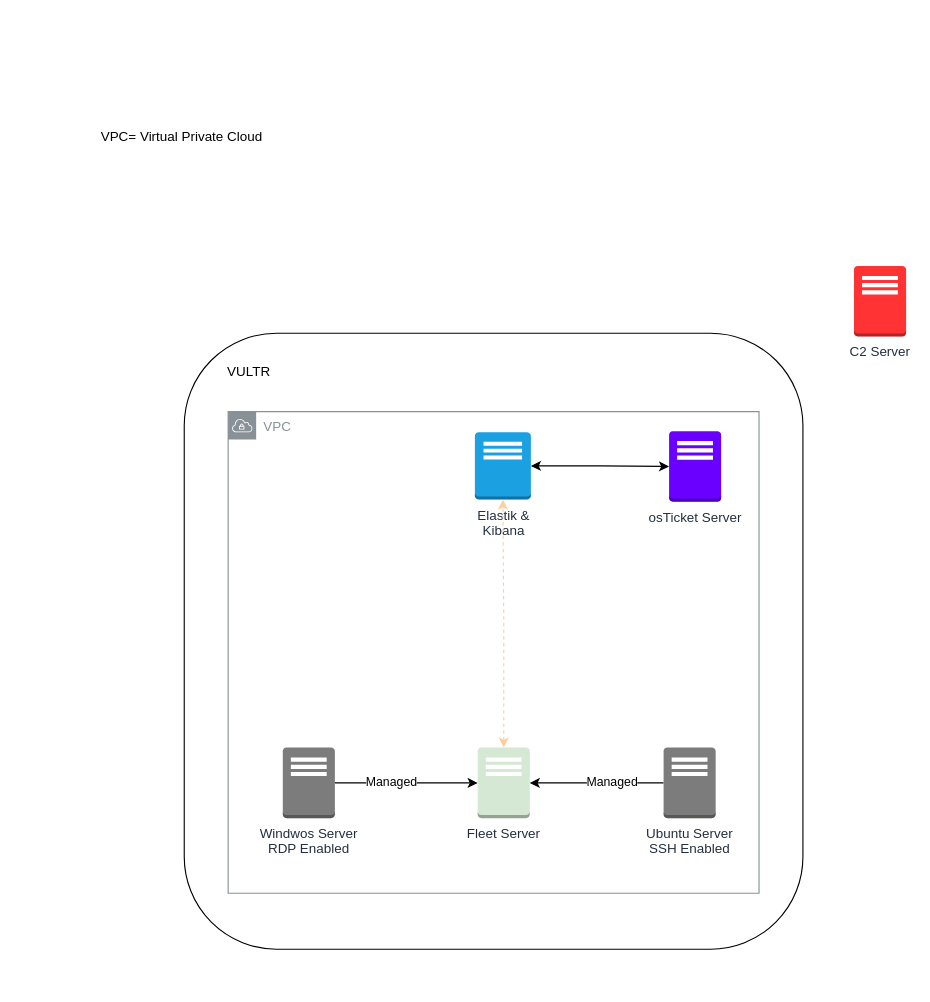
The draw.io diagram 30Day-MyDFIR-Diagram.drawio in Fox-Anywhere/30-days-SOC-Project, before the edit. Source tidied: cells renumbered, new cells numbered last; positions are measured from the earlier drawing's top-left corner, leaving out a move shared by most shapes. Both pictures are drawn from the tidied source at 112%, with x=0, y=0 at pixel (58, 120).
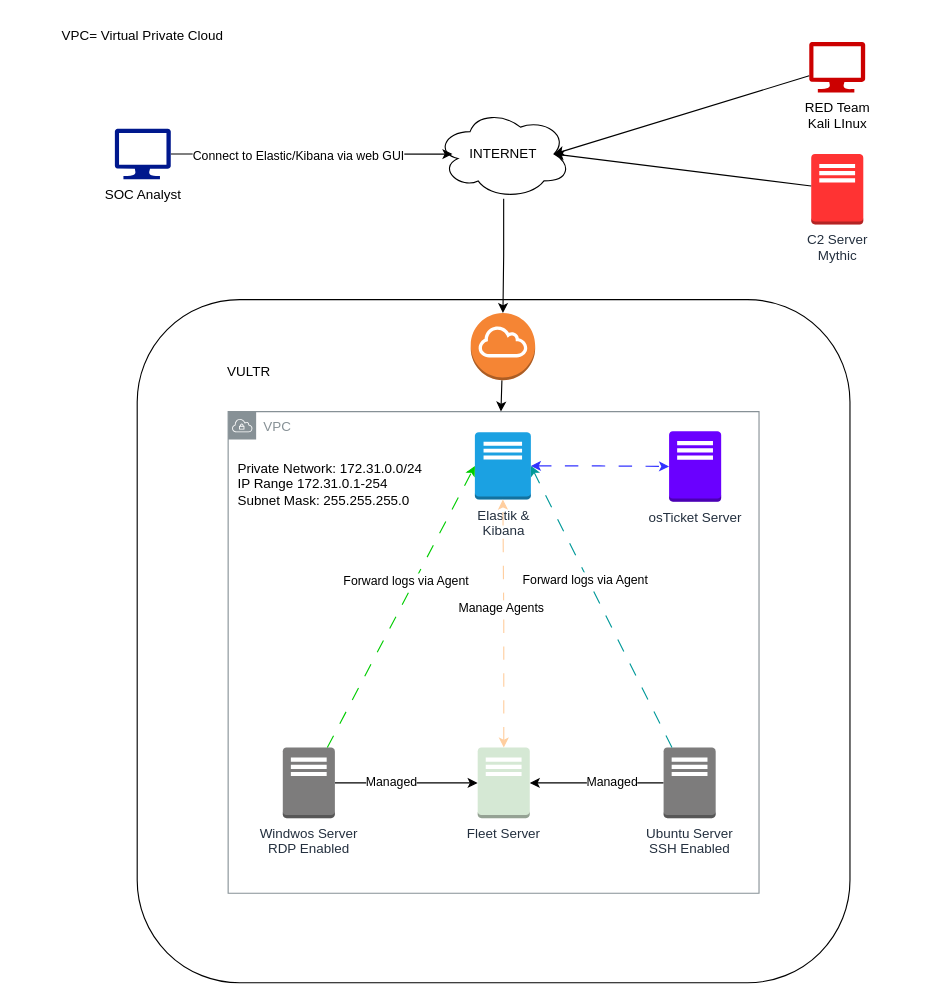
The same diagram, later.

The change refers to these unchanged cells:
```xml
<mxCell id="3" value="VPC" style="sketch=0;outlineConnect=0;gradientColor=none;html=1;whiteSpace=wrap;fontSize=12;fontStyle=0;shape=mxgraph.aws4.group;grIcon=mxgraph.aws4.group_vpc;strokeColor=#879196;fillColor=none;verticalAlign=top;align=left;spacingLeft=30;fontColor=#879196;dashed=0;" parent="1" vertex="1">
  <mxGeometry x="151.2" y="260" width="474" height="430" as="geometry" />
</mxCell>
<mxCell id="6" value="&lt;span style=&quot;color: rgb(35, 47, 62);&quot;&gt;Elastik &amp;amp;&lt;/span&gt;&lt;div style=&quot;color: rgb(35, 47, 62);&quot;&gt;Kibana&lt;/div&gt;" style="outlineConnect=0;dashed=0;verticalLabelPosition=bottom;verticalAlign=top;align=center;html=1;shape=mxgraph.aws3.traditional_server;fillColor=#1ba1e2;strokeColor=#006EAF;fontColor=#ffffff;" parent="1" vertex="1">
  <mxGeometry x="371.5" y="278.5" width="50" height="60" as="geometry" />
</mxCell>
<mxCell id="9" value="&lt;span style=&quot;color: rgb(35, 47, 62);&quot;&gt;Windwos Server&lt;/span&gt;&lt;div style=&quot;color: rgb(35, 47, 62);&quot;&gt;RDP Enabled&lt;/div&gt;" style="outlineConnect=0;dashed=0;verticalLabelPosition=bottom;verticalAlign=top;align=center;html=1;shape=mxgraph.aws3.traditional_server;fillColor=#7D7C7C;gradientColor=none;" parent="1" vertex="1">
  <mxGeometry x="200" y="560" width="46.5" height="63" as="geometry" />
</mxCell>
<mxCell id="12" value="&lt;span style=&quot;color: rgb(35, 47, 62);&quot;&gt;Ubuntu Server&lt;/span&gt;&lt;div style=&quot;color: rgb(35, 47, 62);&quot;&gt;SSH Enabled&lt;/div&gt;" style="outlineConnect=0;dashed=0;verticalLabelPosition=bottom;verticalAlign=top;align=center;html=1;shape=mxgraph.aws3.traditional_server;fillColor=#7D7C7C;gradientColor=none;" parent="1" vertex="1">
  <mxGeometry x="540" y="560" width="46.5" height="63" as="geometry" />
</mxCell>
<mxCell id="14" value="&lt;span style=&quot;color: rgb(35, 47, 62);&quot;&gt;Fleet Server&lt;/span&gt;" style="outlineConnect=0;dashed=0;verticalLabelPosition=bottom;verticalAlign=top;align=center;html=1;shape=mxgraph.aws3.traditional_server;fillColor=#d5e8d4;strokeColor=#82b366;" parent="1" vertex="1">
  <mxGeometry x="374" y="560" width="46.5" height="63" as="geometry" />
</mxCell>
<mxCell id="15" value="&lt;span style=&quot;color: rgb(35, 47, 62);&quot;&gt;osTicket Server&lt;/span&gt;" style="outlineConnect=0;dashed=0;verticalLabelPosition=bottom;verticalAlign=top;align=center;html=1;shape=mxgraph.aws3.traditional_server;fillColor=#6a00ff;strokeColor=#3700CC;fontColor=#ffffff;" parent="1" vertex="1">
  <mxGeometry x="544.9" y="277.5" width="46.5" height="63" as="geometry" />
</mxCell>
```

Diff of the diagram source:
```diff
@@
     <mxCell id="2" style="rounded=1;whiteSpace=wrap;html=1;" parent="1" vertex="1">
-      <mxGeometry x="112" y="190" width="552.4" height="550" as="geometry" />
+      <mxGeometry x="70" y="160" width="636.4" height="610" as="geometry" />
     </mxCell>
@@
-    <mxCell id="5" style="edgeStyle=orthogonalEdgeStyle;rounded=0;jettySize=auto;html=1;startArrow=classic;startFill=1;" parent="1" edge="1" source="6" target="15">
+    <mxCell id="5" style="edgeStyle=orthogonalEdgeStyle;rounded=0;jettySize=auto;html=1;startArrow=classic;startFill=1;fillColor=#f8cecc;strokeColor=#3333FF;dashed=1;dashPattern=12 12;" parent="1" edge="1" source="6" target="15">
       <mxGeometry relative="1" as="geometry" />
     </mxCell>
@@
-    <mxCell id="13" style="edgeStyle=orthogonalEdgeStyle;rounded=0;jettySize=auto;html=1;startArrow=classic;startFill=1;strokeColor=#FFCE9F;dashed=1;" parent="1" edge="1" source="14" target="6">
+    <mxCell id="13" style="edgeStyle=orthogonalEdgeStyle;rounded=0;jettySize=auto;html=1;startArrow=classic;startFill=1;strokeColor=#FFCE9F;dashed=1;dashPattern=12 12;" parent="1" edge="1" source="14" target="6">
       <mxGeometry relative="1" as="geometry" />
     </mxCell>
+    <mxCell id="18" value="Manage Agents" style="edgeLabel;html=1;align=center;verticalAlign=middle;" parent="13" vertex="1">
+      <mxGeometry x="0.13" y="2" relative="1" as="geometry" />
+    </mxCell>
@@
-    <mxCell id="16" value="&lt;span style=&quot;color: rgb(35, 47, 62);&quot;&gt;C2 Server&lt;/span&gt;" style="outlineConnect=0;dashed=0;verticalLabelPosition=bottom;verticalAlign=top;align=center;html=1;shape=mxgraph.aws3.traditional_server;fillColor=#FF3333;gradientColor=none;" parent="1" vertex="1">
-      <mxGeometry x="710" y="130" width="46.5" height="63" as="geometry" />
+    <mxCell id="16" value="&lt;span style=&quot;color: rgb(35, 47, 62);&quot;&gt;C2 Server&lt;/span&gt;&lt;div&gt;&lt;span style=&quot;color: rgb(35, 47, 62);&quot;&gt;Mythic&lt;/span&gt;&lt;/div&gt;" style="outlineConnect=0;dashed=0;verticalLabelPosition=bottom;verticalAlign=top;align=center;html=1;shape=mxgraph.aws3.traditional_server;fillColor=#FF3333;gradientColor=none;" parent="1" vertex="1">
+      <mxGeometry x="671.8" y="30" width="46.5" height="63" as="geometry" />
     </mxCell>
     <mxCell id="17" value="VPC= Virtual Private Cloud" style="text;html=1;align=center;verticalAlign=middle;whiteSpace=wrap;rounded=0;labelPosition=center;verticalLabelPosition=middle;" parent="1" vertex="1">
-      <mxGeometry width="220" height="30" as="geometry" />
+      <mxGeometry x="-35" y="-90" width="220" height="30" as="geometry" />
     </mxCell>
+    <mxCell id="19" style="rounded=0;jettySize=auto;html=1;entryX=0;entryY=0.5;entryDx=0;entryDy=0;entryPerimeter=0;strokeColor=#00CC00;dashed=1;dashPattern=12 12;" parent="1" edge="1" source="9" target="6">
+      <mxGeometry relative="1" as="geometry" />
+    </mxCell>
+    <mxCell id="20" value="Forward logs via Agent" style="edgeLabel;html=1;align=center;verticalAlign=middle;" parent="19" vertex="1">
+      <mxGeometry x="0.06" y="1" relative="1" as="geometry">
+        <mxPoint x="1" y="-16" as="offset" />
+      </mxGeometry>
+    </mxCell>
+    <mxCell id="21" style="rounded=0;jettySize=auto;html=1;entryX=1;entryY=0.5;entryDx=0;entryDy=0;entryPerimeter=0;strokeColor=#009999;dashed=1;dashPattern=12 12;" parent="1" edge="1" source="12" target="6">
+      <mxGeometry relative="1" as="geometry" />
+    </mxCell>
+    <mxCell id="22" value="Forward logs via Agent" style="edgeLabel;html=1;align=center;verticalAlign=middle;" parent="21" vertex="1">
+      <mxGeometry x="0.06" relative="1" as="geometry">
+        <mxPoint x="-11" y="-17" as="offset" />
+      </mxGeometry>
+    </mxCell>
+    <mxCell id="23" value="Private Network: 172.31.0.0/24&lt;div&gt;IP Range 172.31.0.1-254&lt;/div&gt;&lt;div style=&quot;&quot;&gt;Subnet Mask: 255.255.255.0&lt;/div&gt;" style="text;html=1;align=left;verticalAlign=middle;whiteSpace=wrap;rounded=0;" parent="1" vertex="1">
+      <mxGeometry x="158" y="310" width="213.5" height="30" as="geometry" />
+    </mxCell>
+    <mxCell id="24" style="rounded=0;jettySize=auto;html=1;" parent="1" edge="1" source="25" target="3">
+      <mxGeometry relative="1" as="geometry" />
+    </mxCell>
+    <mxCell id="25" style="outlineConnect=0;dashed=0;verticalLabelPosition=bottom;verticalAlign=top;align=center;html=1;shape=mxgraph.aws3.internet_gateway;fillColor=#F58534;gradientColor=none;" parent="1" vertex="1">
+      <mxGeometry x="367.8" y="172" width="57.5" height="60" as="geometry" />
+    </mxCell>
+    <mxCell id="26" value="INTERNET" style="ellipse;shape=cloud;whiteSpace=wrap;html=1;" parent="1" vertex="1">
+      <mxGeometry x="337.2" y="-10" width="120" height="80" as="geometry" />
+    </mxCell>
+    <mxCell id="27" style="edgeStyle=orthogonalEdgeStyle;rounded=0;jettySize=auto;html=1;entryX=0.5;entryY=0;entryDx=0;entryDy=0;entryPerimeter=0;" parent="1" edge="1" source="26" target="25">
+      <mxGeometry relative="1" as="geometry" />
+    </mxCell>
+    <mxCell id="28" style="edgeStyle=orthogonalEdgeStyle;rounded=0;jettySize=auto;html=1;entryX=0.119;entryY=0.501;entryDx=0;entryDy=0;entryPerimeter=0;" parent="1" edge="1" source="30" target="26">
+      <mxGeometry relative="1" as="geometry" />
+    </mxCell>
+    <mxCell id="29" value="Connect to Elastic/Kibana via web GUI" style="edgeLabel;html=1;align=center;verticalAlign=middle;" parent="28" vertex="1">
+      <mxGeometry x="-0.1" y="-1" relative="1" as="geometry" />
+    </mxCell>
+    <mxCell id="30" value="SOC Analyst" style="sketch=0;shadow=0;dashed=0;html=1;strokeColor=none;labelPosition=center;verticalLabelPosition=bottom;verticalAlign=top;align=center;fillColor=#00188D;shape=mxgraph.azure.computer;" parent="1" vertex="1">
+      <mxGeometry x="50" y="7.5" width="50" height="45" as="geometry" />
+    </mxCell>
+    <mxCell id="31" value="RED Team&lt;div&gt;Kali LInux&lt;/div&gt;" style="sketch=0;shadow=0;dashed=0;html=1;strokeColor=none;labelPosition=center;verticalLabelPosition=bottom;verticalAlign=top;align=center;fillColor=#CC0000;shape=mxgraph.azure.computer;" parent="1" vertex="1">
+      <mxGeometry x="670" y="-70" width="50" height="45" as="geometry" />
+    </mxCell>
+    <mxCell id="32" style="rounded=0;jettySize=auto;html=1;entryX=0.875;entryY=0.5;entryDx=0;entryDy=0;entryPerimeter=0;" parent="1" edge="1" source="31" target="26">
+      <mxGeometry relative="1" as="geometry" />
+    </mxCell>
+    <mxCell id="33" style="rounded=0;jettySize=auto;html=1;entryX=0.875;entryY=0.5;entryDx=0;entryDy=0;entryPerimeter=0;" parent="1" edge="1" source="16" target="26">
+      <mxGeometry relative="1" as="geometry" />
+    </mxCell>
```
